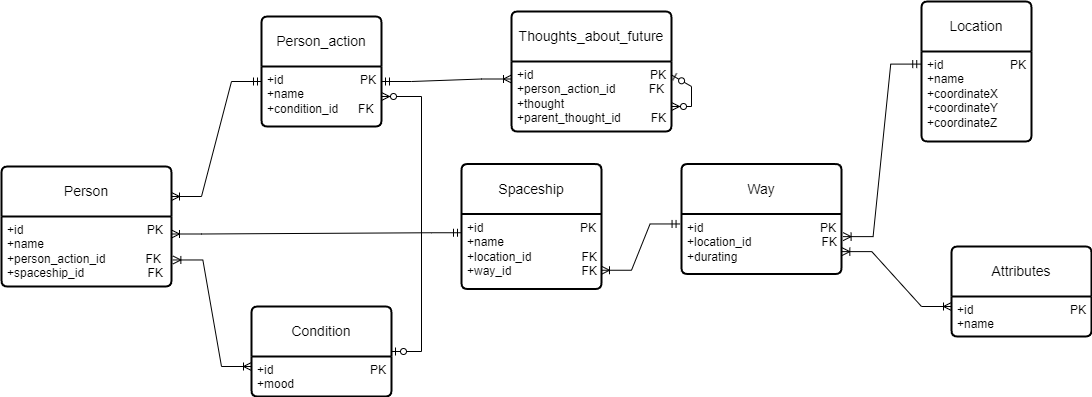
EgorovaVarvara/ITMO keeps this draw.io diagram as DataBases/lab1/InfologicDiagram.drawio.png. Above is the earlier version. Source tidied: cells renumbered, new cells last; positions are measured from the earlier drawing's top-left corner, leaving out a move shared by most shapes.
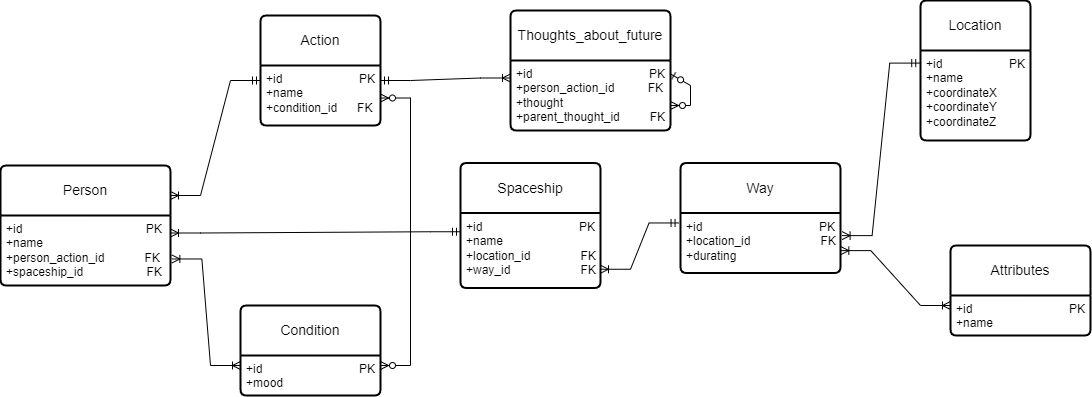
The same diagram one commit later.

What changed in the source:
```diff
@@ -11,14 +11,14 @@
     <mxCell id="4" style="edgeStyle=orthogonalEdgeStyle;rounded=0;orthogonalLoop=1;jettySize=auto;html=1;exitX=0.5;exitY=1;exitDx=0;exitDy=0;" parent="2" edge="1" source="3" target="3">
       <mxGeometry relative="1" as="geometry" />
     </mxCell>
-    <mxCell id="5" value="Person_action" style="swimlane;horizontal=1;startSize=50;rounded=1;fontSize=14;fontStyle=0;strokeWidth=2;shadow=0;dashed=0;align=center;arcSize=4;whiteSpace=wrap;html=1;" parent="1" vertex="1">
+    <mxCell id="5" value="Action" style="swimlane;horizontal=1;startSize=50;rounded=1;fontSize=14;fontStyle=0;strokeWidth=2;shadow=0;dashed=0;align=center;arcSize=4;whiteSpace=wrap;html=1;" parent="1" vertex="1">
       <mxGeometry x="260" y="15" width="120" height="110" as="geometry" />
     </mxCell>
     <mxCell id="6" value="+id&amp;nbsp; &amp;nbsp; &amp;nbsp; &amp;nbsp; &amp;nbsp; &amp;nbsp; &amp;nbsp; &amp;nbsp; &amp;nbsp; &amp;nbsp; &amp;nbsp; &amp;nbsp;PK&lt;br&gt;+name&lt;br&gt;+condition_id&amp;nbsp; &amp;nbsp; &amp;nbsp; FK&amp;nbsp; &amp;nbsp;" style="align=left;strokeColor=none;fillColor=none;spacingLeft=4;fontSize=12;verticalAlign=top;html=1;" parent="5" vertex="1">
       <mxGeometry y="50" width="120" height="60" as="geometry" />
     </mxCell>
     <mxCell id="7" value="Condition" style="swimlane;horizontal=1;startSize=50;rounded=1;fontSize=14;fontStyle=0;strokeWidth=2;shadow=0;dashed=0;align=center;arcSize=4;whiteSpace=wrap;html=1;" parent="1" vertex="1">
-      <mxGeometry x="250" y="305" width="140" height="90" as="geometry" />
+      <mxGeometry x="240" y="305" width="140" height="90" as="geometry" />
     </mxCell>
     <mxCell id="8" value="+id&amp;nbsp; &amp;nbsp; &amp;nbsp; &amp;nbsp; &amp;nbsp; &amp;nbsp; &amp;nbsp; &amp;nbsp; &amp;nbsp; &amp;nbsp; &amp;nbsp; &amp;nbsp; &amp;nbsp; &amp;nbsp; &amp;nbsp;PK&lt;br&gt;+mood" style="align=left;strokeColor=none;fillColor=none;spacingLeft=4;fontSize=12;verticalAlign=top;html=1;" parent="7" vertex="1">
       <mxGeometry y="50" width="140" height="40" as="geometry" />
@@ -73,9 +73,6 @@
     <mxCell id="22" style="edgeStyle=entityRelationEdgeStyle;fontSize=12;html=1;endArrow=ERoneToMany;startArrow=ERmandOne;rounded=0;exitX=0;exitY=0.25;exitDx=0;exitDy=0;entryX=1;entryY=0.25;entryDx=0;entryDy=0;" parent="1" edge="1" source="12" target="3">
       <mxGeometry relative="1" as="geometry" />
     </mxCell>
-    <mxCell id="23" style="edgeStyle=entityRelationEdgeStyle;fontSize=12;html=1;endArrow=ERzeroToMany;startArrow=ERzeroToOne;rounded=0;entryX=1;entryY=0.5;entryDx=0;entryDy=0;" parent="1" edge="1" source="7" target="6">
-      <mxGeometry relative="1" as="geometry" />
-    </mxCell>
     <mxCell id="24" value="Way" style="swimlane;horizontal=1;startSize=50;rounded=1;fontSize=14;fontStyle=0;strokeWidth=2;shadow=0;dashed=0;align=center;arcSize=4;whiteSpace=wrap;html=1;" parent="1" vertex="1">
       <mxGeometry x="680" y="162.5" width="160" height="110" as="geometry" />
     </mxCell>
@@ -91,5 +88,8 @@
     <mxCell id="28" style="edgeStyle=entityRelationEdgeStyle;fontSize=12;html=1;endArrow=ERoneToMany;startArrow=ERoneToMany;rounded=0;entryX=0;entryY=0.25;entryDx=0;entryDy=0;exitX=1.002;exitY=0.627;exitDx=0;exitDy=0;exitPerimeter=0;" parent="1" edge="1" source="25" target="14">
       <mxGeometry relative="1" as="geometry" />
     </mxCell>
+    <mxCell id="29" style="edgeStyle=entityRelationEdgeStyle;fontSize=12;html=1;endArrow=ERzeroToMany;endFill=1;startArrow=ERzeroToMany;rounded=0;entryX=1;entryY=0.75;entryDx=0;entryDy=0;exitX=1;exitY=0.25;exitDx=0;exitDy=0;" parent="1" edge="1" source="8" target="5">
+      <mxGeometry relative="1" as="geometry" />
+    </mxCell>
   </root>
 </mxGraphModel>
```
